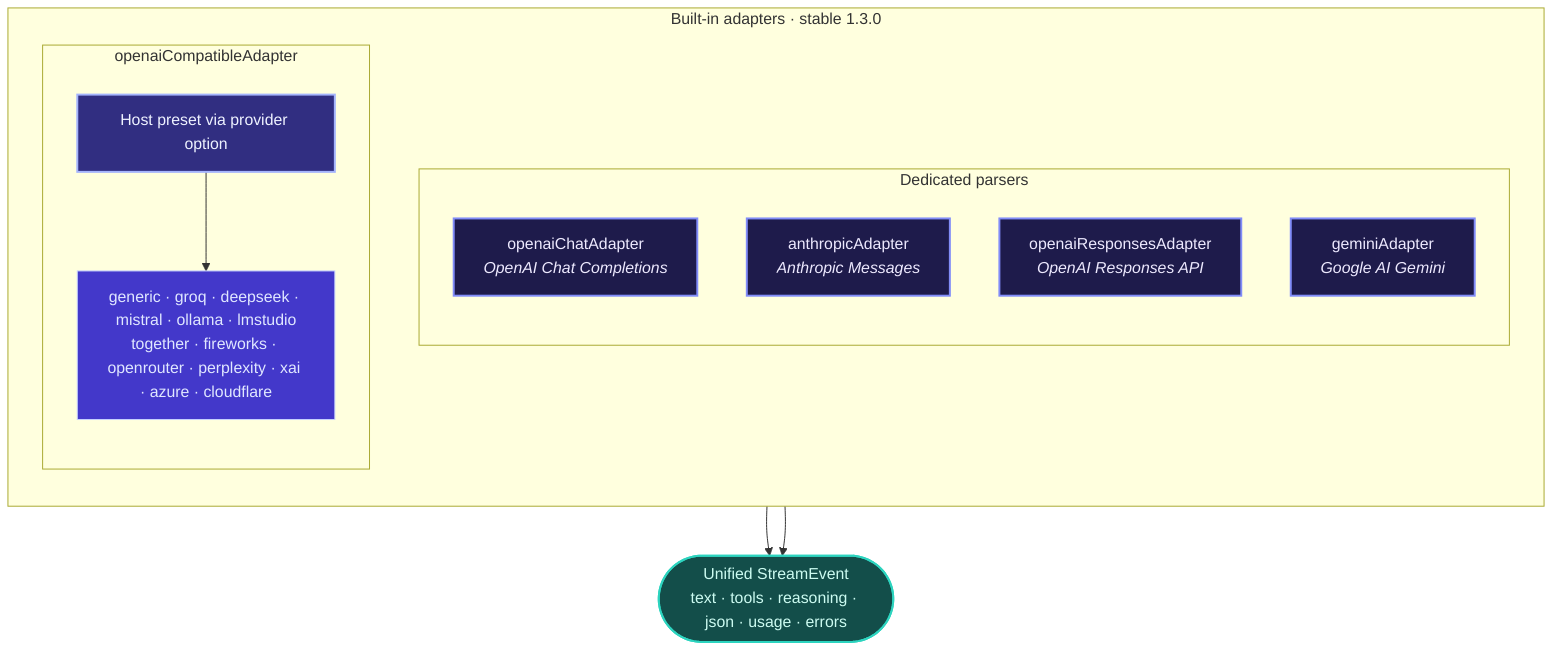
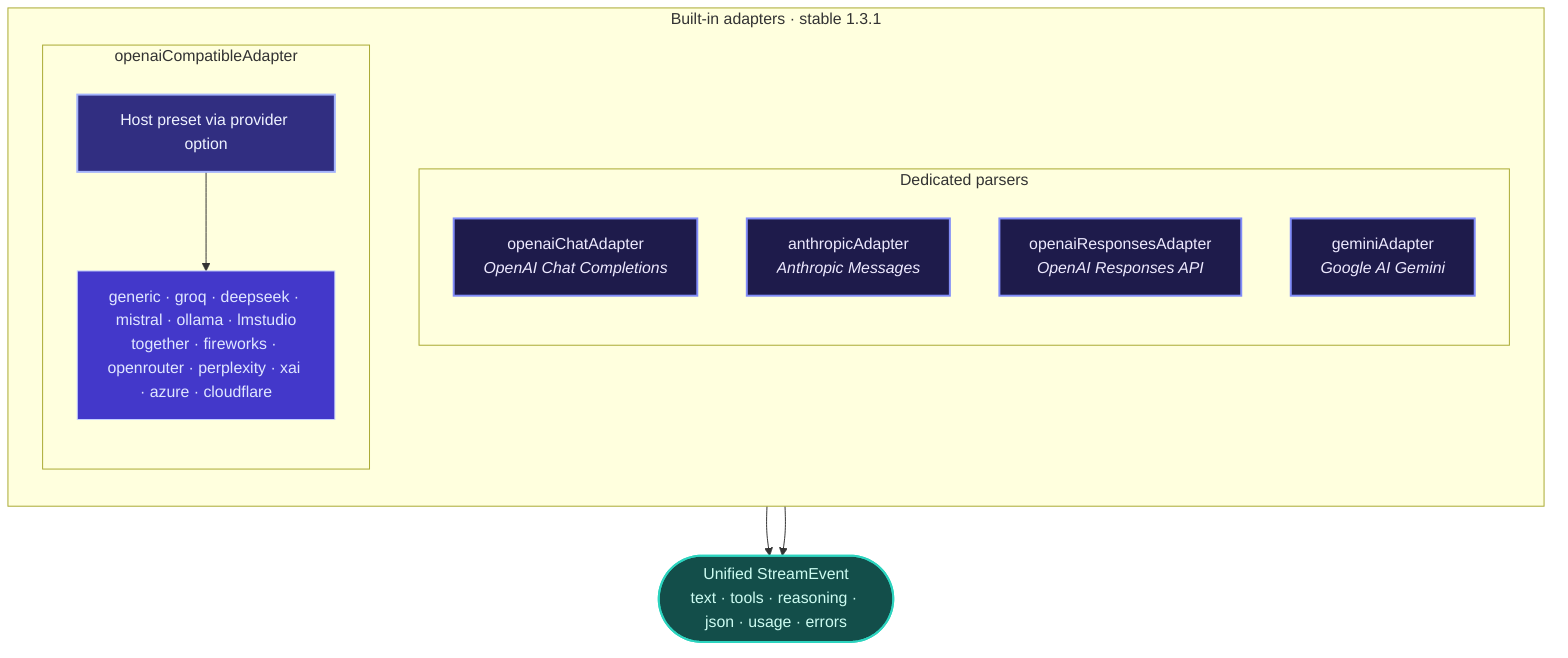
flowchart TB
- 	subgraph BUILTIN["Built-in adapters · stable 1.3.0"]
+ 	subgraph BUILTIN["Built-in adapters · stable 1.3.1"]
		direction TB

		subgraph DEDICATED["Dedicated parsers"]
			direction TB
			AC["openaiChatAdapter<br/><i>OpenAI Chat Completions</i>"]
			AA["anthropicAdapter<br/><i>Anthropic Messages</i>"]
			AR["openaiResponsesAdapter<br/><i>OpenAI Responses API</i>"]
			AG["geminiAdapter<br/><i>Google AI Gemini</i>"]
		end

		subgraph COMPAT["openaiCompatibleAdapter"]
			direction TB
			AO["Host preset via provider option"]
			PRESETS["generic · groq · deepseek · mistral · ollama · lmstudio<br/>together · fireworks · openrouter · perplexity · xai · azure · cloudflare"]
			AO --> PRESETS
		end
	end

	UNIFIED(["Unified StreamEvent<br/>text · tools · reasoning · json · usage · errors"])

	DEDICATED --> UNIFIED
	COMPAT --> UNIFIED

	classDef dedicated fill:#1e1b4b,stroke:#818cf8,stroke-width:2px,color:#ede9fe
	classDef compat fill:#312e81,stroke:#a5b4fc,stroke-width:2px,color:#eef2ff
	classDef presets fill:#4338ca,stroke:#c7d2fe,stroke-width:1px,color:#e0e7ff
	classDef out fill:#134e4a,stroke:#2dd4bf,stroke-width:2px,color:#ccfbf1

	class AC,AA,AR,AG dedicated
	class AO compat
	class PRESETS presets
	class UNIFIED out
